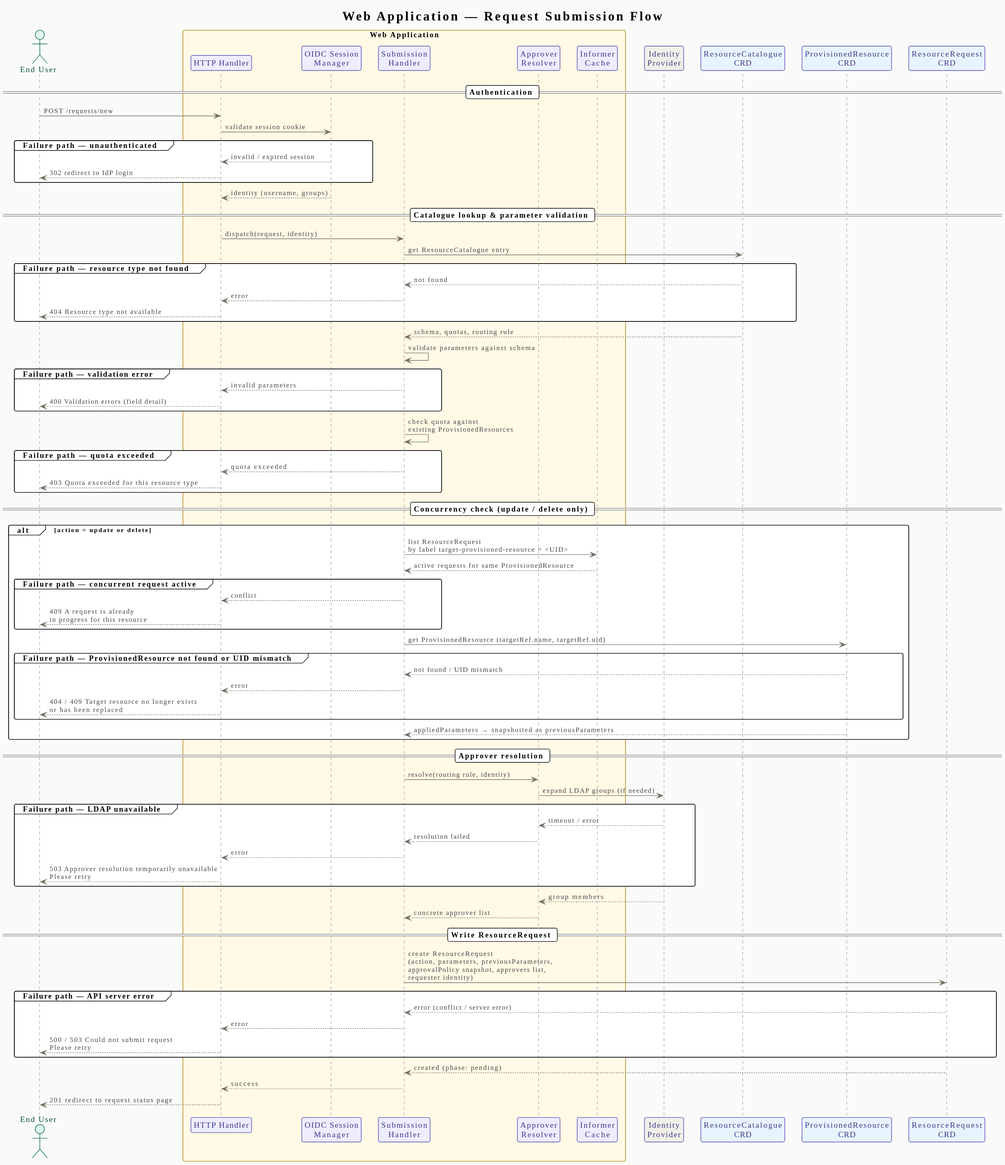
dydoc/quartermaster keeps this PlantUML diagram as design/images/seq_submission.svg. Above is the earlier version.
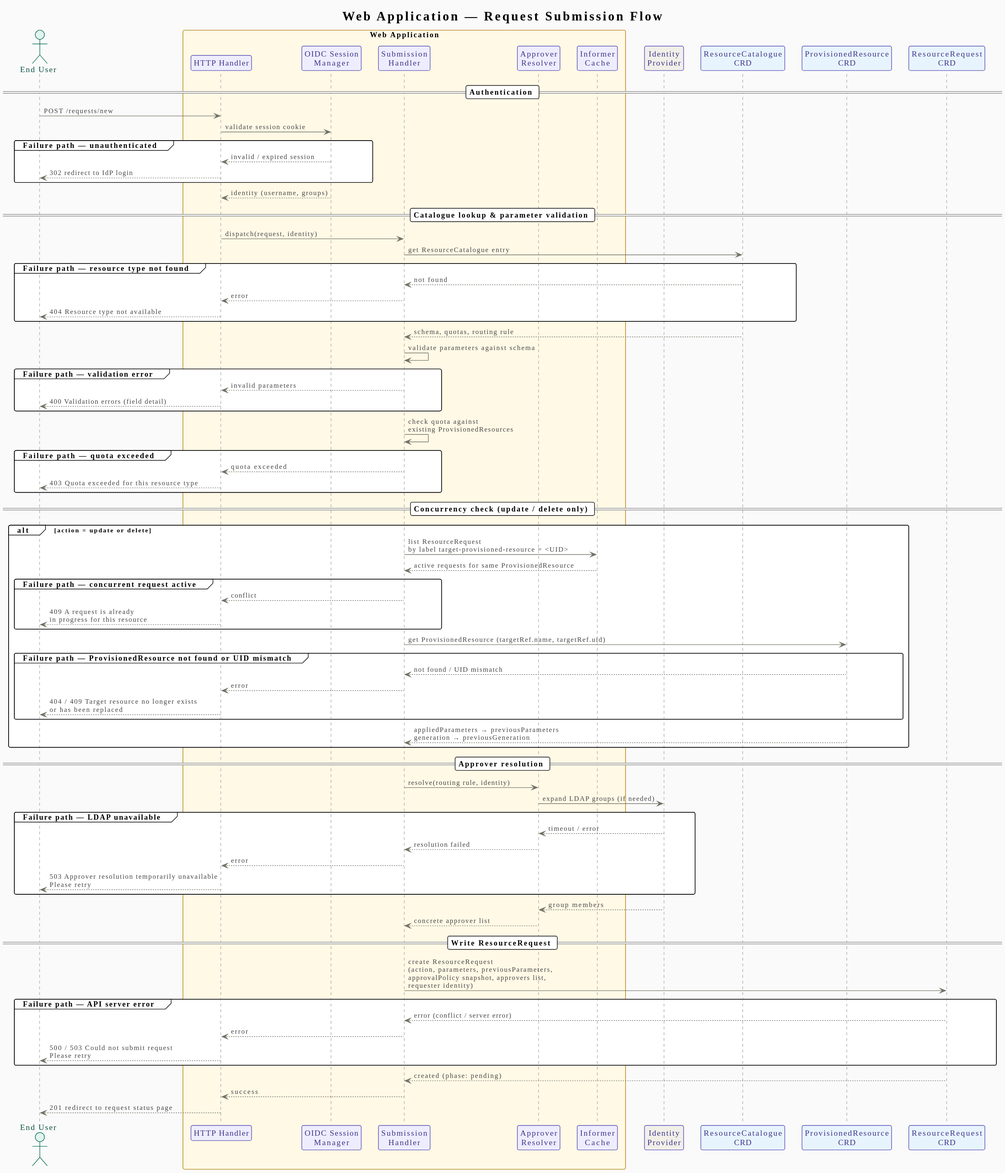
The same file after the commit.

What changed in the source:
```diff
@@ -93,7 +93,7 @@
         HTTP  --> USR  : 404 / 409 Target resource no longer exists\nor has been replaced
     end
 
-    PRCRD --> SUB : appliedParameters → snapshotted as previousParameters
+    PRCRD --> SUB : appliedParameters → previousParameters\ngeneration → previousGeneration
 end
 
 == Approver resolution ==
```
